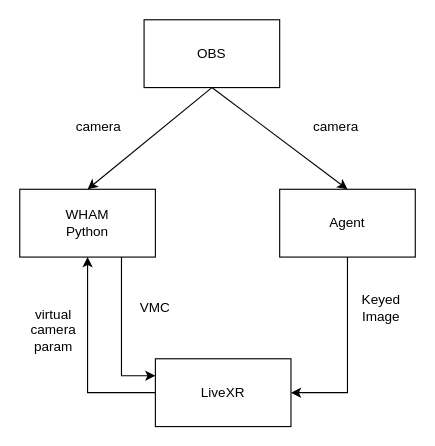
This is wham.drawio from Owlcean/drawiorecord, a draw.io file, before an edit. Source tidied: cells renumbered, new cells numbered last; positions are measured from the earlier drawing's top-left corner, leaving out a move shared by most shapes. Both pictures are drawn from the tidied source at 113%, with x=0, y=0 at pixel (19, 19).
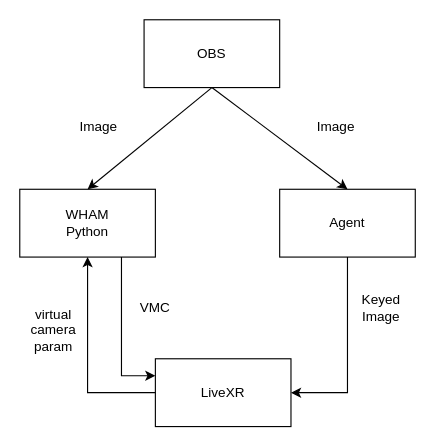
Above is the later version.

What changed in the source:
```diff
@@
 <mxGraphModel>
   <root>
     <mxCell id="0" />
     <mxCell id="1" parent="0" />
     <mxCell id="2" value="WHAM&lt;div&gt;Python&lt;/div&gt;" style="rounded=0;whiteSpace=wrap;html=1;" parent="1" vertex="1">
       <mxGeometry y="150" width="120" height="60" as="geometry" />
     </mxCell>
     <mxCell id="3" value="OBS" style="rounded=0;whiteSpace=wrap;html=1;" parent="1" vertex="1">
       <mxGeometry x="110" width="120" height="60" as="geometry" />
     </mxCell>
     <mxCell id="4" value="Agent" style="rounded=0;whiteSpace=wrap;html=1;" parent="1" vertex="1">
       <mxGeometry x="230" y="150" width="120" height="60" as="geometry" />
     </mxCell>
     <mxCell id="5" value="LiveXR" style="rounded=0;whiteSpace=wrap;html=1;" parent="1" vertex="1">
       <mxGeometry x="120" y="300" width="120" height="60" as="geometry" />
     </mxCell>
     <mxCell id="6" style="endArrow=classic;html=1;rounded=0;exitX=0.5;exitY=1;exitDx=0;exitDy=0;entryX=0.5;entryY=0;entryDx=0;entryDy=0;" parent="1" edge="1" source="3" target="2">
       <mxGeometry relative="1" as="geometry" />
     </mxCell>
     <mxCell id="7" style="endArrow=classic;html=1;rounded=0;exitX=0.5;exitY=1;exitDx=0;exitDy=0;entryX=0.5;entryY=0;entryDx=0;entryDy=0;" parent="1" edge="1" source="3" target="4">
       <mxGeometry relative="1" as="geometry" />
     </mxCell>
-    <mxCell id="8" value="camera" style="text;html=1;align=center;verticalAlign=middle;whiteSpace=wrap;rounded=0;" parent="1" vertex="1">
+    <mxCell id="8" value="Image" style="text;html=1;align=center;verticalAlign=middle;whiteSpace=wrap;rounded=0;" parent="1" vertex="1">
       <mxGeometry x="250" y="80" width="60" height="30" as="geometry" />
     </mxCell>
-    <mxCell id="9" value="camera" style="text;html=1;align=center;verticalAlign=middle;whiteSpace=wrap;rounded=0;" parent="1" vertex="1">
+    <mxCell id="9" value="Image" style="text;html=1;align=center;verticalAlign=middle;whiteSpace=wrap;rounded=0;" parent="1" vertex="1">
       <mxGeometry x="40" y="80" width="60" height="30" as="geometry" />
     </mxCell>
     <mxCell id="10" style="endArrow=classic;html=1;rounded=0;exitX=0;exitY=0.5;exitDx=0;exitDy=0;entryX=0.5;entryY=1;entryDx=0;entryDy=0;" parent="1" edge="1" source="5" target="2">
       <mxGeometry relative="1" as="geometry">
         <Array as="points">
           <mxPoint x="60" y="330" />
         </Array>
       </mxGeometry>
     </mxCell>
     <mxCell id="11" value="virtual camera param" style="text;html=1;align=center;verticalAlign=middle;whiteSpace=wrap;rounded=0;" parent="1" vertex="1">
       <mxGeometry y="260" width="60" height="30" as="geometry" />
     </mxCell>
     <mxCell id="12" style="endArrow=classic;html=1;rounded=0;exitX=0.75;exitY=1;exitDx=0;exitDy=0;entryX=0;entryY=0.25;entryDx=0;entryDy=0;" parent="1" edge="1" source="2" target="5">
       <mxGeometry relative="1" as="geometry">
         <Array as="points">
           <mxPoint x="90" y="315" />
         </Array>
       </mxGeometry>
     </mxCell>
     <mxCell id="13" value="VMC" style="text;html=1;align=center;verticalAlign=middle;whiteSpace=wrap;rounded=0;" parent="1" vertex="1">
       <mxGeometry x="90" y="240" width="60" height="30" as="geometry" />
     </mxCell>
     <mxCell id="14" style="endArrow=classic;html=1;rounded=0;exitX=0.5;exitY=1;exitDx=0;exitDy=0;entryX=1;entryY=0.5;entryDx=0;entryDy=0;" parent="1" edge="1" source="4" target="5">
       <mxGeometry relative="1" as="geometry">
         <Array as="points">
           <mxPoint x="290" y="330" />
         </Array>
       </mxGeometry>
     </mxCell>
     <mxCell id="15" value="Keyed Image" style="text;html=1;align=center;verticalAlign=middle;whiteSpace=wrap;rounded=0;" parent="1" vertex="1">
       <mxGeometry x="290" y="240" width="60" height="30" as="geometry" />
     </mxCell>
   </root>
 </mxGraphModel>
```
